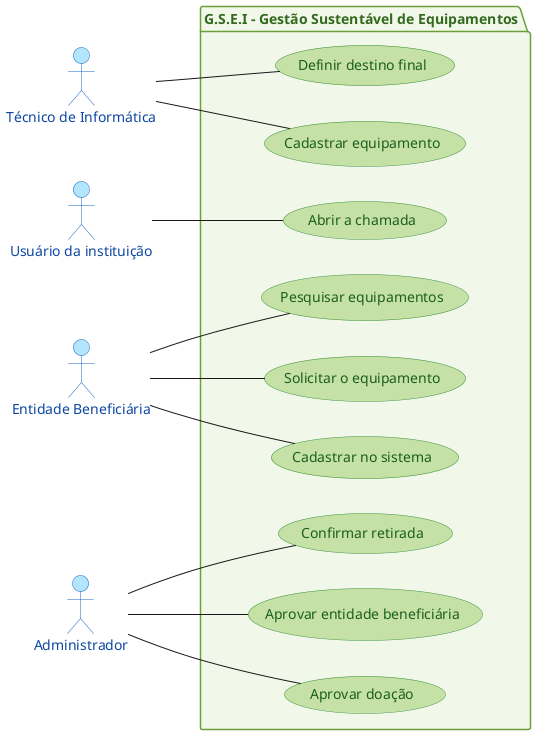
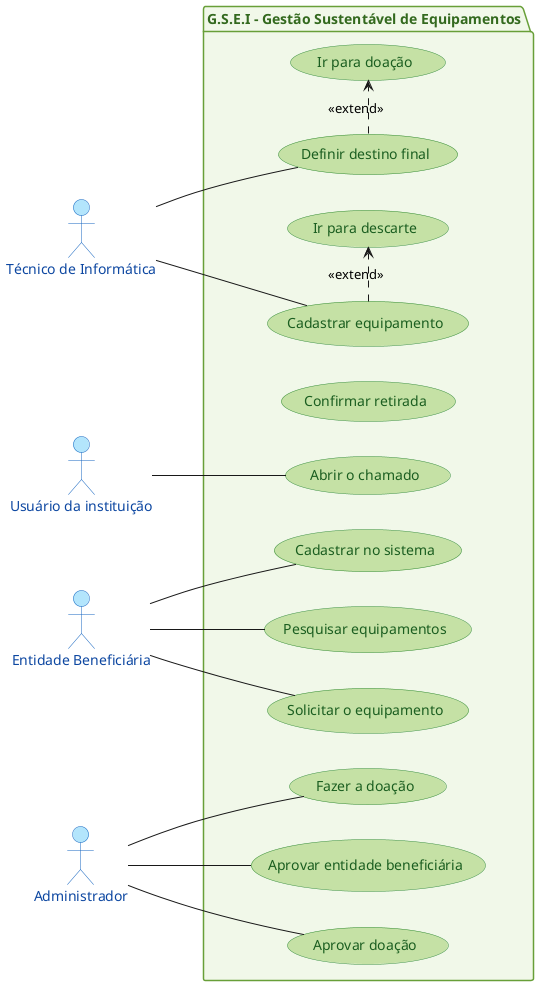
@startuml
!define LIGHTGREEN #c5e1a5
!define LIGHTBLUE #b3e5fc
!define WHITE #ffffff

left to right direction

skinparam backgroundColor WHITE
skinparam usecase {
  BackgroundColor LIGHTGREEN
  BorderColor #388e3c
  FontColor #1b5e20
}

skinparam actor {
  BackgroundColor LIGHTBLUE
  BorderColor #1565c0
  FontColor #0d47a1
}

skinparam package {
  BackgroundColor #f1f8e9
  BorderColor #689f38
  FontColor #33691e
}

  actor "Técnico de Informática" as Tecnico
  actor "Usuário da instituição" as usuario
  actor "Entidade Beneficiária" as Entidade
  actor "Administrador" as ADM

package "G.S.E.I - Gestão Sustentável de Equipamentos" {

  ' Técnico de Informática
+   usecase "Confirmar retirada" as UC01
  usecase "Cadastrar equipamento" as UC02
+   usecase "Ir para doação" as UC11
+   usecase "Ir para descarte" as UC12
  usecase "Definir destino final" as UC03

  ' Entidade Beneficiária
  usecase "Cadastrar no sistema" as UC04
  usecase "Pesquisar equipamentos" as UC05
  usecase "Solicitar o equipamento" as UC06

  ' Usuário da instituição
-   usecase "Abrir a chamada" as UC07
+   usecase "Abrir o chamado" as UC07

  ' ADM
-   usecase "Confirmar retirada" as UC08
+   usecase "Fazer a doação" as UC08
  usecase "Aprovar entidade beneficiária" as UC09
  usecase "Aprovar doação" as UC10

  ' Actor associations
  Tecnico -- UC02
  Tecnico -- UC03

  Entidade -- UC04
  Entidade -- UC05
  Entidade -- UC06

  usuario -- UC07

  ADM -- UC08
  ADM -- UC09
  ADM -- UC10
+ 
+   UC03 .> UC11 : <<extend>>
+   UC02 .> UC12 : <<extend>>
}

@enduml
